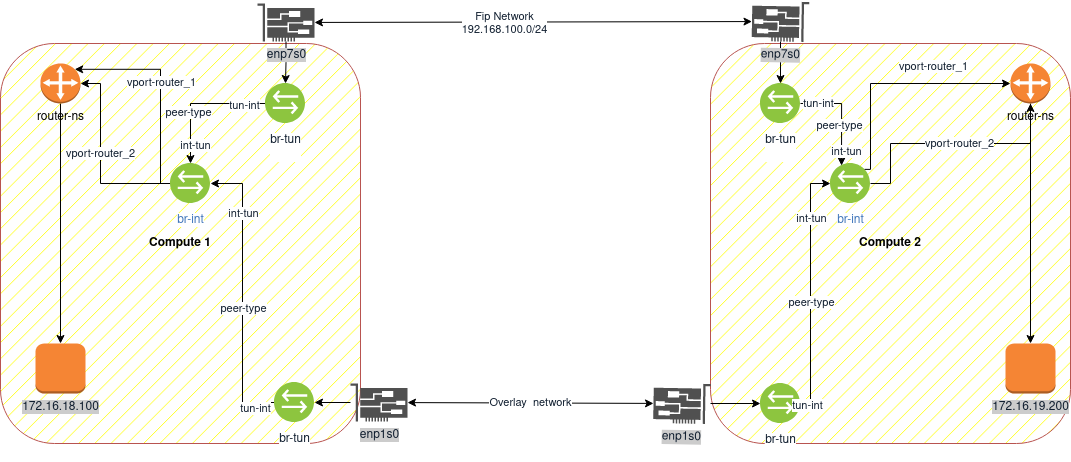
Earlier version of the draw.io export img/DVR-2host-2network-2vm.png (JustHumanz/OpenvSwitch-dojo). Source tidied: cells renumbered, new cells last; positions are measured from the earlier drawing's top-left corner, leaving out a move shared by most shapes.
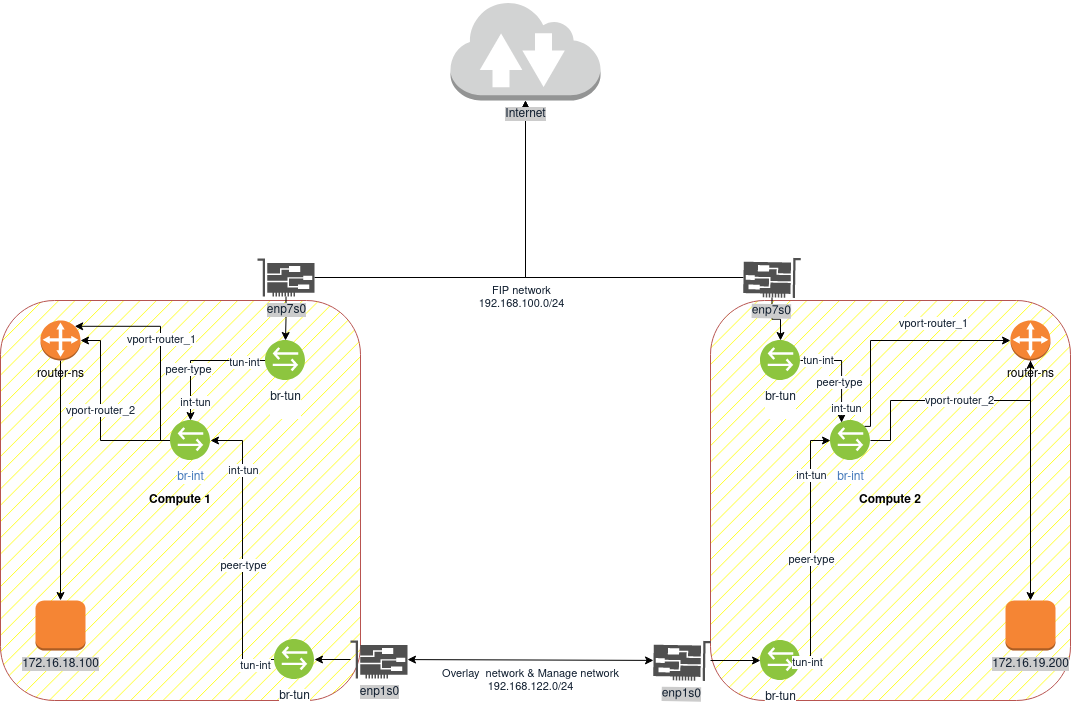
The same diagram one commit later.

Diff of the diagram source:
```diff
@@ -52,8 +52,10 @@
     <mxCell id="17" value="enp1s0" style="sketch=0;shadow=0;dashed=0;html=1;strokeColor=none;fillColor=#505050;labelPosition=center;verticalLabelPosition=bottom;verticalAlign=top;outlineConnect=0;align=center;shape=mxgraph.office.devices.nic;rounded=1;glass=0;labelBackgroundColor=#CCCCCC;labelBorderColor=none;fillStyle=auto;fontColor=#111F30;" parent="1" vertex="1">
       <mxGeometry x="350" y="382" width="57" height="38" as="geometry" />
     </mxCell>
-    <mxCell id="18" value="Overlay&amp;nbsp; network" style="endArrow=classic;startArrow=classic;html=1;rounded=0;fontColor=#111F30;strokeColor=default;" parent="1" edge="1" source="17" target="15">
-      <mxGeometry relative="1" as="geometry" />
+    <mxCell id="18" value="Overlay&amp;nbsp; network &amp;amp; Manage network&lt;br&gt;192.168.122.0/24" style="endArrow=classic;startArrow=classic;html=1;rounded=0;fontColor=#111F30;strokeColor=default;" parent="1" edge="1" source="17" target="15">
+      <mxGeometry y="-20" relative="1" as="geometry">
+        <mxPoint y="1" as="offset" />
+      </mxGeometry>
     </mxCell>
     <mxCell id="19" style="edgeStyle=orthogonalEdgeStyle;rounded=0;jettySize=auto;html=1;entryX=1;entryY=0.5;entryDx=0;entryDy=0;entryPerimeter=0;fontColor=#111F30;strokeColor=default;" parent="1" edge="1" source="23" target="4">
       <mxGeometry relative="1" as="geometry">
@@ -82,21 +84,26 @@
     <mxCell id="24" style="edgeStyle=orthogonalEdgeStyle;rounded=0;jettySize=auto;html=1;fontColor=#111F30;strokeColor=default;" parent="1" edge="1" source="25" target="41">
       <mxGeometry relative="1" as="geometry" />
     </mxCell>
+    <mxCell id="51" style="edgeStyle=orthogonalEdgeStyle;rounded=0;jettySize=auto;html=1;fontColor=#111F30;strokeColor=default;" parent="1" edge="1" source="25" target="54">
+      <mxGeometry relative="1" as="geometry" />
+    </mxCell>
     <mxCell id="25" value="enp7s0" style="sketch=0;shadow=0;dashed=0;html=1;strokeColor=none;fillColor=#505050;labelPosition=center;verticalLabelPosition=bottom;verticalAlign=top;outlineConnect=0;align=center;shape=mxgraph.office.devices.nic;rounded=1;glass=0;labelBackgroundColor=#CCCCCC;labelBorderColor=none;fillStyle=auto;fontColor=#111F30;rotation=1;flipV=1;flipH=0;direction=west;" parent="1" vertex="1">
-      <mxGeometry x="751.5" width="57" height="40" as="geometry" />
+      <mxGeometry x="743" y="-1" width="57" height="40" as="geometry" />
     </mxCell>
     <mxCell id="26" style="edgeStyle=orthogonalEdgeStyle;rounded=0;jettySize=auto;html=1;fontColor=#111F30;strokeColor=default;" parent="1" edge="1" source="27" target="34">
       <mxGeometry relative="1" as="geometry" />
     </mxCell>
+    <mxCell id="52" style="edgeStyle=orthogonalEdgeStyle;rounded=0;jettySize=auto;html=1;fontColor=#111F30;strokeColor=default;" parent="1" edge="1" source="27" target="54">
+      <mxGeometry relative="1" as="geometry" />
+    </mxCell>
+    <mxCell id="53" value="FIP network&lt;br&gt;&lt;div&gt;192.168.100.0/24&lt;/div&gt;" style="edgeLabel;html=1;align=center;verticalAlign=middle;fontColor=#111F30;" parent="52" vertex="1">
+      <mxGeometry x="-0.04" y="-1" relative="1" as="geometry">
+        <mxPoint x="21" y="18" as="offset" />
+      </mxGeometry>
+    </mxCell>
     <mxCell id="27" value="enp7s0" style="sketch=0;shadow=0;dashed=0;html=1;strokeColor=none;fillColor=#505050;labelPosition=center;verticalLabelPosition=bottom;verticalAlign=top;outlineConnect=0;align=center;shape=mxgraph.office.devices.nic;rounded=1;glass=0;labelBackgroundColor=#CCCCCC;labelBorderColor=none;fillStyle=auto;fontColor=#111F30;" parent="1" vertex="1">
-      <mxGeometry x="257" y="2" width="57" height="38" as="geometry" />
+      <mxGeometry x="257" width="57" height="38" as="geometry" />
     </mxCell>
-    <mxCell id="28" style="endArrow=classic;startArrow=classic;html=1;rounded=0;fontColor=#111F30;strokeColor=default;" parent="1" edge="1" source="27" target="25">
-      <mxGeometry relative="1" as="geometry" />
-    </mxCell>
-    <mxCell id="29" value="Fip Network &lt;br&gt;192.168.100.0/24" style="edgeLabel;html=1;align=center;verticalAlign=middle;fontColor=#111F30;" parent="28" vertex="1">
-      <mxGeometry x="-0.14" y="-1" relative="1" as="geometry" />
-    </mxCell>
     <mxCell id="30" style="edgeStyle=orthogonalEdgeStyle;rounded=0;jettySize=auto;html=1;fontColor=#111F30;strokeColor=default;" parent="1" edge="1" source="34" target="23">
       <mxGeometry relative="1" as="geometry" />
     </mxCell>
@@ -180,5 +187,8 @@
     <mxCell id="50" value="172.16.19.200" style="outlineConnect=0;dashed=0;verticalLabelPosition=bottom;verticalAlign=top;align=center;html=1;shape=mxgraph.aws3.instance;fillColor=#F58534;gradientColor=none;rounded=1;shadow=0;glass=0;labelBackgroundColor=#CCCCCC;labelBorderColor=none;sketch=0;fillStyle=auto;fontColor=#111F30;" parent="1" vertex="1">
       <mxGeometry x="1005" y="342" width="50" height="50" as="geometry" />
     </mxCell>
+    <mxCell id="54" value="Internet" style="outlineConnect=0;dashed=0;verticalLabelPosition=bottom;verticalAlign=top;align=center;html=1;shape=mxgraph.aws3.internet_2;fillColor=#D2D3D3;gradientColor=none;rounded=1;shadow=0;glass=0;labelBackgroundColor=#CCCCCC;labelBorderColor=none;sketch=0;fillStyle=auto;fontColor=#111F30;" parent="1" vertex="1">
+      <mxGeometry x="450" y="-258" width="150" height="100" as="geometry" />
+    </mxCell>
   </root>
 </mxGraphModel>
```
